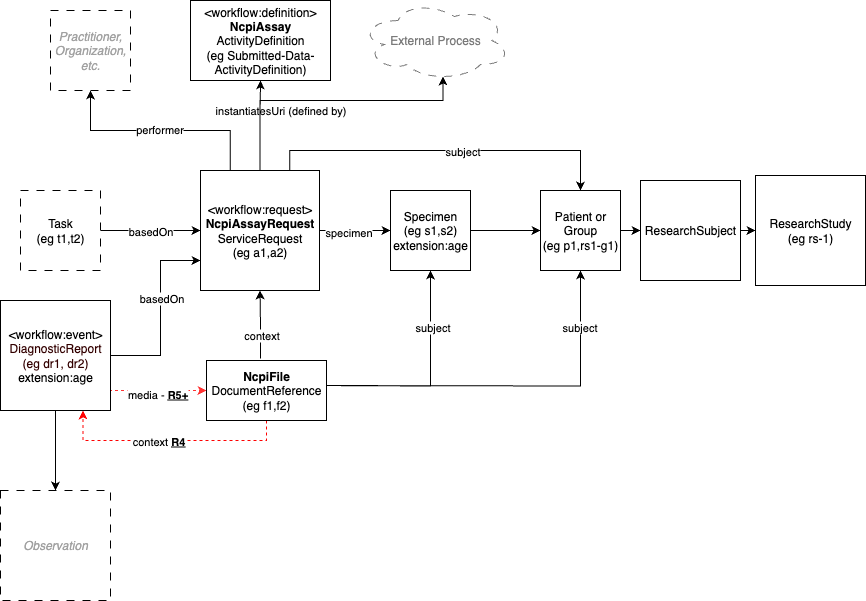
The draw.io diagram input/images/assay-usage.png in NIH-NCPI/ncpi-fhir-ig-2, before a commit. Source tidied: cells renumbered, new cells last; positions are measured from the earlier drawing's top-left corner, leaving out a move shared by most shapes.
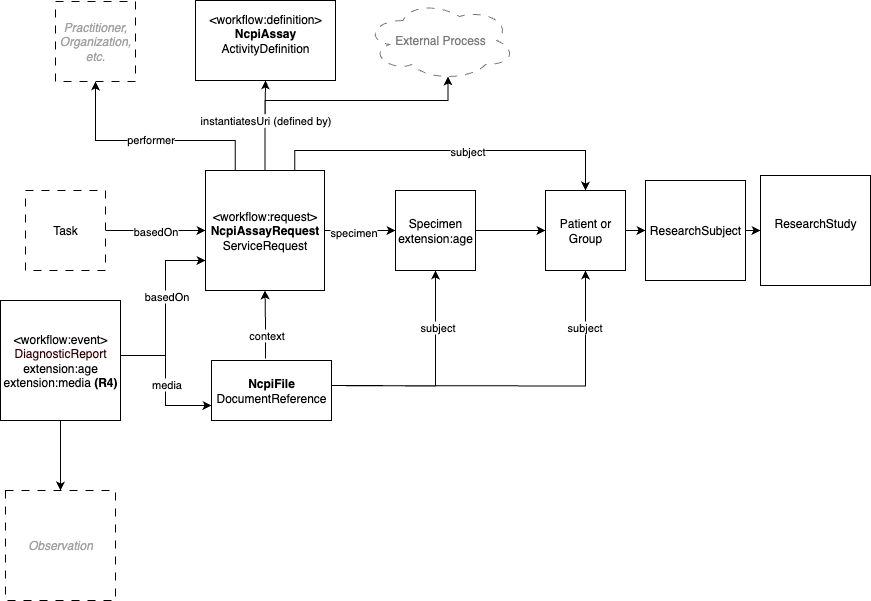
After the commit.

What changed in the source:
```diff
@@ -10,7 +10,7 @@
         <mxPoint y="1" as="offset" />
       </mxGeometry>
     </mxCell>
-    <mxCell id="4" value="Task&lt;div&gt;(eg t1,t2)&lt;/div&gt;" style="whiteSpace=wrap;html=1;dashed=1;dashPattern=8 8;" parent="1" vertex="1">
+    <mxCell id="4" value="Task" style="whiteSpace=wrap;html=1;dashed=1;dashPattern=8 8;" parent="1" vertex="1">
       <mxGeometry x="20" y="190" width="80" height="80" as="geometry" />
     </mxCell>
     <mxCell id="5" style="edgeStyle=orthogonalEdgeStyle;rounded=0;jettySize=auto;html=1;" parent="1" edge="1" source="13" target="15">
@@ -30,7 +30,12 @@
       </mxGeometry>
     </mxCell>
     <mxCell id="9" style="edgeStyle=orthogonalEdgeStyle;rounded=0;jettySize=auto;html=1;entryX=0.5;entryY=1;entryDx=0;entryDy=0;exitX=0.25;exitY=0;exitDx=0;exitDy=0;" parent="1" edge="1" source="13" target="27">
-      <mxGeometry relative="1" as="geometry" />
+      <mxGeometry relative="1" as="geometry">
+        <Array as="points">
+          <mxPoint x="230" y="140" />
+          <mxPoint x="90" y="140" />
+        </Array>
+      </mxGeometry>
     </mxCell>
     <mxCell id="10" value="performer" style="edgeLabel;html=1;align=center;verticalAlign=middle;" parent="9" vertex="1">
       <mxGeometry x="0.01" y="-2" relative="1" as="geometry" />
@@ -38,27 +43,22 @@
     <mxCell id="11" style="edgeStyle=orthogonalEdgeStyle;rounded=0;jettySize=auto;html=1;entryX=0.5;entryY=1;entryDx=0;entryDy=0;" parent="1" edge="1" source="13" target="35">
       <mxGeometry relative="1" as="geometry" />
     </mxCell>
-    <mxCell id="12" value="instantiatesUri (defined by)" style="edgeLabel;html=1;align=center;verticalAlign=middle;" parent="11" vertex="1">
-      <mxGeometry x="-0.12" y="-3" relative="1" as="geometry">
-        <mxPoint x="17" y="-21" as="offset" />
-      </mxGeometry>
-    </mxCell>
-    <mxCell id="13" value="&amp;lt;workflow:request&amp;gt;&lt;div&gt;&lt;b&gt;NcpiAssayRequest&lt;/b&gt;&lt;div&gt;ServiceRequest&lt;br&gt;&lt;div&gt;(eg a1,a2)&lt;/div&gt;&lt;/div&gt;&lt;/div&gt;" style="whiteSpace=wrap;html=1;" parent="1" vertex="1">
+    <mxCell id="13" value="&amp;lt;workflow:request&amp;gt;&lt;div&gt;&lt;b&gt;NcpiAssayRequest&lt;/b&gt;&lt;div&gt;ServiceRequest&lt;/div&gt;&lt;/div&gt;" style="whiteSpace=wrap;html=1;" parent="1" vertex="1">
       <mxGeometry x="200" y="170" width="119" height="120" as="geometry" />
     </mxCell>
     <mxCell id="14" style="edgeStyle=orthogonalEdgeStyle;rounded=0;jettySize=auto;html=1;" parent="1" edge="1" source="15" target="17">
       <mxGeometry relative="1" as="geometry" />
     </mxCell>
-    <mxCell id="15" value="Specimen&lt;div&gt;(eg s1,s2)&lt;/div&gt;&lt;div&gt;extension:age&lt;/div&gt;" style="whiteSpace=wrap;html=1;" parent="1" vertex="1">
+    <mxCell id="15" value="Specimen&lt;div&gt;extension:age&lt;/div&gt;" style="whiteSpace=wrap;html=1;" parent="1" vertex="1">
       <mxGeometry x="390" y="190" width="80" height="80" as="geometry" />
     </mxCell>
     <mxCell id="16" style="edgeStyle=orthogonalEdgeStyle;rounded=0;jettySize=auto;html=1;entryX=0;entryY=0.5;entryDx=0;entryDy=0;" parent="1" edge="1" source="17" target="40">
       <mxGeometry relative="1" as="geometry" />
     </mxCell>
-    <mxCell id="17" value="Patient or Group&lt;div&gt;(eg p1,rs1-g1)&lt;/div&gt;" style="whiteSpace=wrap;html=1;" parent="1" vertex="1">
+    <mxCell id="17" value="Patient or Group" style="whiteSpace=wrap;html=1;" parent="1" vertex="1">
       <mxGeometry x="540" y="190" width="80" height="80" as="geometry" />
     </mxCell>
-    <mxCell id="18" value="ResearchStudy&lt;div&gt;(eg rs-1)&lt;/div&gt;" style="whiteSpace=wrap;html=1;" parent="1" vertex="1">
+    <mxCell id="18" value="ResearchStudy&lt;div&gt;&lt;br&gt;&lt;/div&gt;" style="whiteSpace=wrap;html=1;" parent="1" vertex="1">
       <mxGeometry x="755" y="175" width="110" height="110" as="geometry" />
     </mxCell>
     <mxCell id="19" style="edgeStyle=orthogonalEdgeStyle;rounded=0;jettySize=auto;html=1;exitX=0.45;exitY=-0.033;exitDx=0;exitDy=0;exitPerimeter=0;" parent="1" edge="1" source="36" target="13">
@@ -87,14 +87,8 @@
         <mxPoint y="1" as="offset" />
       </mxGeometry>
     </mxCell>
-    <mxCell id="25" style="edgeStyle=orthogonalEdgeStyle;rounded=0;jettySize=auto;html=1;entryX=0.75;entryY=1;entryDx=0;entryDy=0;exitX=0.5;exitY=1;exitDx=0;exitDy=0;strokeColor=#FF0000;dashed=1;" parent="1" edge="1" source="36" target="33">
-      <mxGeometry relative="1" as="geometry" />
-    </mxCell>
-    <mxCell id="26" value="context &lt;b&gt;&lt;u&gt;R4&lt;/u&gt;&lt;/b&gt;" style="edgeLabel;html=1;align=center;verticalAlign=middle;" parent="25" vertex="1">
-      <mxGeometry x="0.1" relative="1" as="geometry" />
-    </mxCell>
     <mxCell id="27" value="&lt;span style=&quot;white-space: normal;&quot;&gt;&lt;i&gt;&lt;font style=&quot;color: rgb(161, 161, 161);&quot;&gt;Practitioner, Organization,&lt;/font&gt;&lt;/i&gt;&lt;/span&gt;&lt;div&gt;&lt;span style=&quot;white-space: normal;&quot;&gt;&lt;i&gt;&lt;font style=&quot;color: rgb(161, 161, 161);&quot;&gt;etc.&lt;/font&gt;&lt;/i&gt;&lt;/span&gt;&lt;/div&gt;" style="whiteSpace=wrap;html=1;dashed=1;dashPattern=8 8;" parent="1" vertex="1">
-      <mxGeometry x="50" y="10" width="80" height="80" as="geometry" />
+      <mxGeometry x="50" y="1" width="80" height="80" as="geometry" />
     </mxCell>
     <mxCell id="28" style="edgeStyle=orthogonalEdgeStyle;rounded=0;jettySize=auto;html=1;entryX=0;entryY=0.75;entryDx=0;entryDy=0;" parent="1" edge="1" source="33" target="13">
       <mxGeometry relative="1" as="geometry">
@@ -107,37 +101,37 @@
     <mxCell id="29" value="basedOn" style="edgeLabel;html=1;align=center;verticalAlign=middle;" parent="28" vertex="1">
       <mxGeometry x="0.17" relative="1" as="geometry" />
     </mxCell>
+    <mxCell id="32" style="edgeStyle=orthogonalEdgeStyle;rounded=0;jettySize=auto;html=1;" parent="1" edge="1" source="33" target="34">
+      <mxGeometry relative="1" as="geometry" />
+    </mxCell>
-    <mxCell id="30" style="edgeStyle=orthogonalEdgeStyle;rounded=0;jettySize=auto;html=1;entryX=0;entryY=0.5;entryDx=0;entryDy=0;strokeColor=#FF3333;dashed=1;exitX=1;exitY=0.75;exitDx=0;exitDy=0;" parent="1" edge="1" source="33" target="36">
+    <mxCell id="30" style="edgeStyle=orthogonalEdgeStyle;rounded=0;jettySize=auto;html=1;entryX=0;entryY=0.75;entryDx=0;entryDy=0;" parent="1" edge="1" source="33" target="36">
       <mxGeometry relative="1" as="geometry">
         <Array as="points">
-          <mxPoint x="110" y="390" />
-          <mxPoint x="206" y="390" />
+          <mxPoint x="160" y="355" />
+          <mxPoint x="160" y="405" />
         </Array>
       </mxGeometry>
     </mxCell>
-    <mxCell id="31" value="media - &lt;b&gt;&lt;u&gt;R5+&lt;/u&gt;&lt;/b&gt;" style="edgeLabel;html=1;align=center;verticalAlign=middle;" parent="30" vertex="1">
-      <mxGeometry x="0.05" y="-3" relative="1" as="geometry" />
-    </mxCell>
-    <mxCell id="32" style="edgeStyle=orthogonalEdgeStyle;rounded=0;jettySize=auto;html=1;" parent="1" edge="1" source="33" target="34">
-      <mxGeometry relative="1" as="geometry" />
-    </mxCell>
+    <mxCell id="41" value="media" style="edgeLabel;html=1;align=center;verticalAlign=middle;" parent="30" vertex="1">
+      <mxGeometry x="0.04" relative="1" as="geometry" />
+    </mxCell>
-    <mxCell id="33" value="&lt;font style=&quot;color: rgb(51, 0, 0);&quot;&gt;&lt;span style=&quot;color: rgb(0, 0, 0);&quot;&gt;&amp;lt;workflow:event&amp;gt;&lt;/span&gt;&lt;/font&gt;&lt;div&gt;&lt;font style=&quot;color: rgb(51, 0, 0);&quot;&gt;DiagnosticReport&lt;/font&gt;&lt;div&gt;&lt;font style=&quot;color: rgb(51, 0, 0);&quot;&gt;(eg dr1, dr2)&lt;/font&gt;&lt;/div&gt;&lt;div&gt;&lt;font style=&quot;color: rgb(51, 0, 0);&quot;&gt;&lt;span style=&quot;color: rgb(0, 0, 0);&quot;&gt;extension:age&lt;/span&gt;&lt;/font&gt;&lt;/div&gt;&lt;/div&gt;" style="whiteSpace=wrap;html=1;" parent="1" vertex="1">
-      <mxGeometry y="300" width="110" height="110" as="geometry" />
+    <mxCell id="33" value="&lt;font style=&quot;color: rgb(51, 0, 0);&quot;&gt;&lt;span style=&quot;color: rgb(0, 0, 0);&quot;&gt;&amp;lt;workflow:event&amp;gt;&lt;/span&gt;&lt;/font&gt;&lt;div&gt;&lt;font style=&quot;color: rgb(51, 0, 0);&quot;&gt;DiagnosticReport&lt;/font&gt;&lt;div&gt;&lt;font style=&quot;color: rgb(51, 0, 0);&quot;&gt;&lt;span style=&quot;color: rgb(0, 0, 0);&quot;&gt;extension:age&lt;/span&gt;&lt;/font&gt;&lt;/div&gt;&lt;/div&gt;&lt;div&gt;&lt;font style=&quot;color: rgb(51, 0, 0);&quot;&gt;&lt;span style=&quot;color: rgb(0, 0, 0);&quot;&gt;extension:media &lt;b&gt;(R4)&lt;/b&gt;&lt;/span&gt;&lt;/font&gt;&lt;/div&gt;" style="whiteSpace=wrap;html=1;" parent="1" vertex="1">
+      <mxGeometry x="-5" y="300" width="120" height="120" as="geometry" />
     </mxCell>
     <mxCell id="34" value="&lt;font color=&quot;#a1a1a1&quot;&gt;&lt;i&gt;Observation&lt;/i&gt;&lt;/font&gt;" style="whiteSpace=wrap;html=1;dashed=1;dashPattern=8 8;" parent="1" vertex="1">
       <mxGeometry y="490" width="110" height="110" as="geometry" />
     </mxCell>
-    <mxCell id="35" value="&lt;div&gt;&lt;span style=&quot;background-color: transparent; color: light-dark(rgb(0, 0, 0), rgb(255, 255, 255));&quot;&gt;&amp;lt;workflow:definition&amp;gt;&lt;/span&gt;&lt;/div&gt;&lt;div&gt;&lt;b&gt;NcpiAssay&lt;/b&gt;&lt;/div&gt;ActivityDefinition&lt;div&gt;(eg&amp;nbsp;Submitted-Data-ActivityDefinition)&lt;/div&gt;" style="rounded=0;whiteSpace=wrap;html=1;" parent="1" vertex="1">
+    <mxCell id="35" value="&lt;div&gt;&lt;span style=&quot;background-color: transparent; color: light-dark(rgb(0, 0, 0), rgb(255, 255, 255));&quot;&gt;&amp;lt;workflow:definition&amp;gt;&lt;/span&gt;&lt;/div&gt;&lt;div&gt;&lt;b&gt;NcpiAssay&lt;/b&gt;&lt;/div&gt;ActivityDefinition&lt;div&gt;&lt;br&gt;&lt;/div&gt;" style="rounded=0;whiteSpace=wrap;html=1;" parent="1" vertex="1">
       <mxGeometry x="190" width="140" height="80" as="geometry" />
     </mxCell>
-    <mxCell id="36" value="&lt;b&gt;NcpiFile&lt;/b&gt;&lt;div&gt;DocumentReference&lt;/div&gt;&lt;div&gt;(eg f1,f2)&lt;/div&gt;" style="rounded=0;whiteSpace=wrap;html=1;" parent="1" vertex="1">
+    <mxCell id="36" value="&lt;b&gt;NcpiFile&lt;/b&gt;&lt;div&gt;DocumentReference&lt;/div&gt;" style="rounded=0;whiteSpace=wrap;html=1;" parent="1" vertex="1">
       <mxGeometry x="206" y="360" width="120" height="60" as="geometry" />
     </mxCell>
     <mxCell id="37" value="&lt;font style=&quot;color: rgb(122, 122, 122);&quot;&gt;External Process&lt;/font&gt;" style="ellipse;shape=cloud;whiteSpace=wrap;html=1;strokeColor=#7A7A7A;dashed=1;dashPattern=8 8;" parent="1" vertex="1">
       <mxGeometry x="360" width="150" height="80" as="geometry" />
     </mxCell>
-    <mxCell id="38" style="edgeStyle=orthogonalEdgeStyle;rounded=0;jettySize=auto;html=1;entryX=0.55;entryY=0.95;entryDx=0;entryDy=0;entryPerimeter=0;exitX=0.5;exitY=0;exitDx=0;exitDy=0;" parent="1" edge="1" source="13" target="37">
-      <mxGeometry relative="1" as="geometry">
+    <mxCell id="38" value="&lt;meta charset=&quot;utf-8&quot;&gt;&lt;span style=&quot;color: rgb(0, 0, 0); font-family: Helvetica; font-size: 11px; font-style: normal; font-variant-ligatures: normal; font-variant-caps: normal; font-weight: 400; letter-spacing: normal; orphans: 2; text-align: center; text-indent: 0px; text-transform: none; widows: 2; word-spacing: 0px; -webkit-text-stroke-width: 0px; white-space: nowrap; background-color: rgb(255, 255, 255); text-decoration-thickness: initial; text-decoration-style: initial; text-decoration-color: initial; display: inline !important; float: none;&quot;&gt;instantiatesUri (defined by)&lt;/span&gt;" style="edgeStyle=orthogonalEdgeStyle;rounded=0;jettySize=auto;html=1;entryX=0.55;entryY=0.95;entryDx=0;entryDy=0;entryPerimeter=0;exitX=0.5;exitY=0;exitDx=0;exitDy=0;" parent="1" edge="1" source="13" target="37">
+      <mxGeometry x="-0.64" relative="1" as="geometry">
         <Array as="points">
           <mxPoint x="260" y="100" />
           <mxPoint x="443" y="100" />
```
